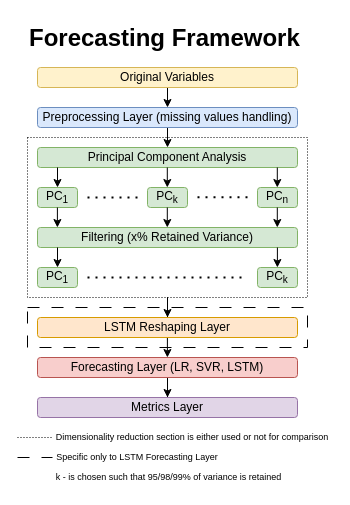
Before: text/Figures/Forecasting_framework.drawio in Tomas-Barhon/Noise-reduction-and-feature-extraction-with-principal-component-analysis, a draw.io diagram. Source tidied: cells renumbered, new cells numbered last; positions are measured from the earlier drawing's top-left corner, leaving out a move shared by most shapes. Both pictures are drawn from the tidied source at 100%, with x=0, y=0 at pixel (17, 17).
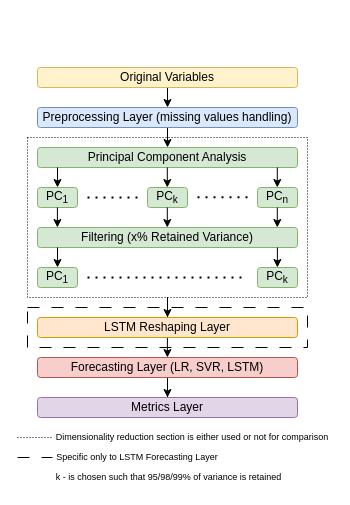
The same page after the edit.

The edit, as a diff of the source:
```diff
@@
-    <mxCell id="14" value="&lt;h1 style=&quot;margin-top: 0px;&quot;&gt;Forecasting Framework&lt;/h1&gt;" style="text;html=1;whiteSpace=wrap;overflow=hidden;rounded=0;" parent="1" vertex="1">
-      <mxGeometry x="10" width="280" height="50" as="geometry" />
-    </mxCell>
```
